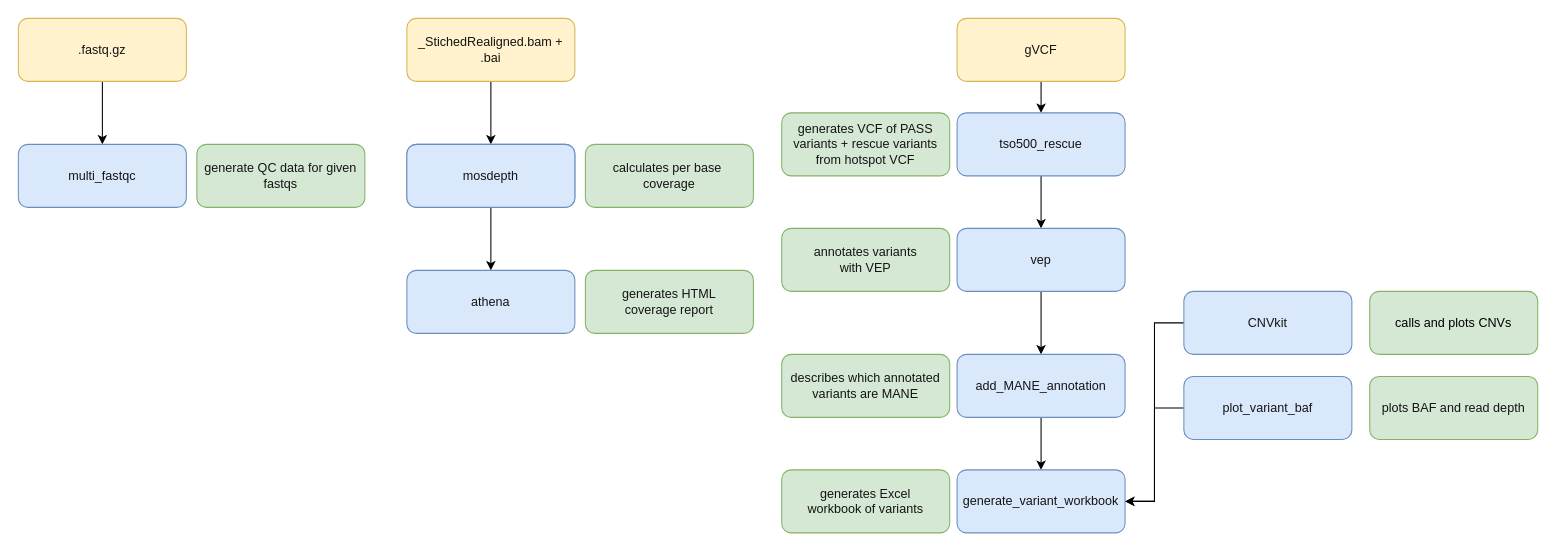
This is images/tso500_reports_workflow.drawio from eastgenomics/eggd_TSO500_reports_workflow, a draw.io file, before an edit. Source tidied: cells renumbered, new cells numbered last; positions are measured from the earlier drawing's top-left corner, leaving out a move shared by most shapes. Both pictures are drawn from the tidied source at 105%, with x=0, y=0 at pixel (18, 18).
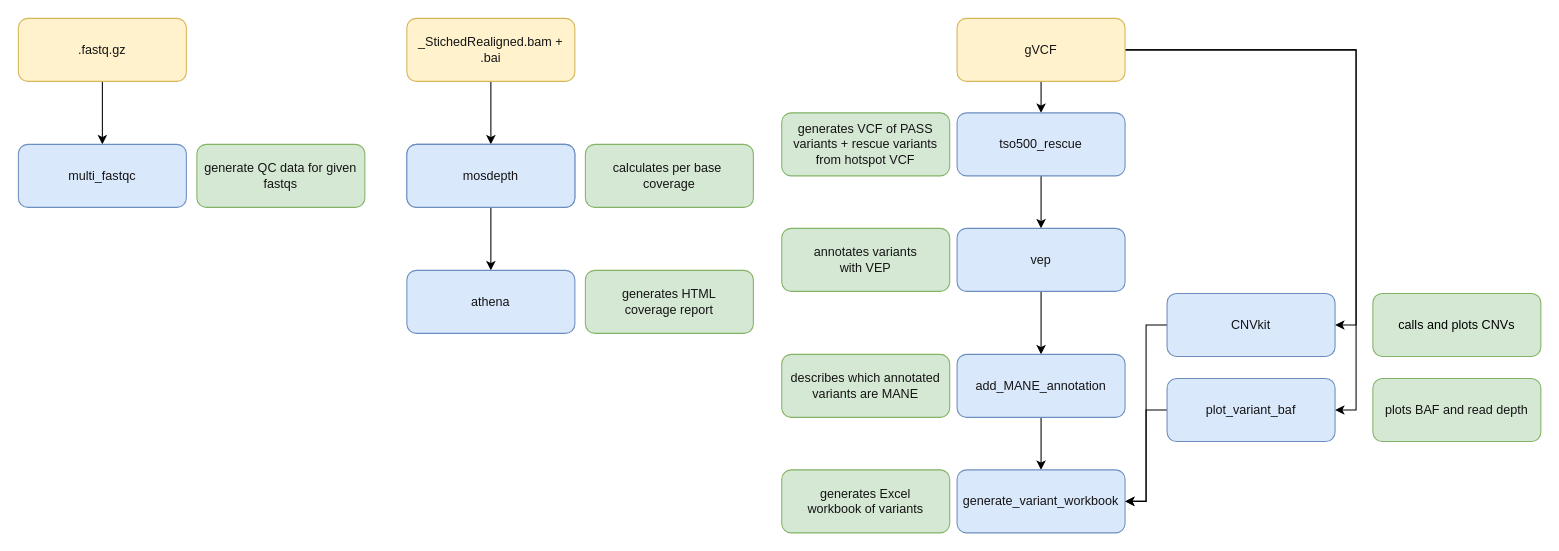
Above is the later version.

The change refers to these unchanged cells:
```xml
<mxCell id="5" value="gVCF" style="rounded=1;whiteSpace=wrap;html=1;fillColor=#fff2cc;strokeColor=#d6b656;fontColor=#141414;" parent="1" vertex="1">
  <mxGeometry x="894" width="160" height="60" as="geometry" />
</mxCell>
```

What changed in the source:
```diff
@@
+    <mxCell id="33" style="edgeStyle=orthogonalEdgeStyle;rounded=0;jettySize=auto;html=1;entryX=1;entryY=0.5;entryDx=0;entryDy=0;" parent="1" edge="1" source="5" target="26">
+      <mxGeometry relative="1" as="geometry" />
+    </mxCell>
+    <mxCell id="34" style="edgeStyle=orthogonalEdgeStyle;rounded=0;jettySize=auto;html=1;entryX=1;entryY=0.5;entryDx=0;entryDy=0;" parent="1" edge="1" source="5" target="31">
+      <mxGeometry relative="1" as="geometry" />
+    </mxCell>
@@
     <mxCell id="26" value="&lt;font color=&quot;#141414&quot;&gt;plot_variant_baf&lt;/font&gt;" style="rounded=1;whiteSpace=wrap;html=1;fillColor=#dae8fc;strokeColor=#6c8ebf;" parent="1" vertex="1">
-      <mxGeometry x="1110" y="341" width="160" height="60" as="geometry" />
+      <mxGeometry x="1094" y="343" width="160" height="60" as="geometry" />
     </mxCell>
@@
     <mxCell id="29" value="&lt;font color=&quot;#141414&quot;&gt;plots BAF and read depth&lt;/font&gt;" style="rounded=1;whiteSpace=wrap;html=1;fillColor=#d5e8d4;strokeColor=#82b366;" parent="1" vertex="1">
-      <mxGeometry x="1287" y="341" width="160" height="60" as="geometry" />
+      <mxGeometry x="1290" y="343" width="160" height="60" as="geometry" />
     </mxCell>
@@
     <mxCell id="31" value="&lt;font color=&quot;#141414&quot;&gt;CNVkit&lt;/font&gt;" style="rounded=1;whiteSpace=wrap;html=1;fillColor=#dae8fc;strokeColor=#6c8ebf;" parent="1" vertex="1">
-      <mxGeometry x="1110" y="260" width="160" height="60" as="geometry" />
+      <mxGeometry x="1094" y="262" width="160" height="60" as="geometry" />
     </mxCell>
     <mxCell id="32" value="calls and plots CNVs" style="rounded=1;whiteSpace=wrap;html=1;fillColor=#d5e8d4;strokeColor=#82b366;" parent="1" vertex="1">
-      <mxGeometry x="1287" y="260" width="160" height="60" as="geometry" />
+      <mxGeometry x="1290" y="262" width="160" height="60" as="geometry" />
     </mxCell>
```
